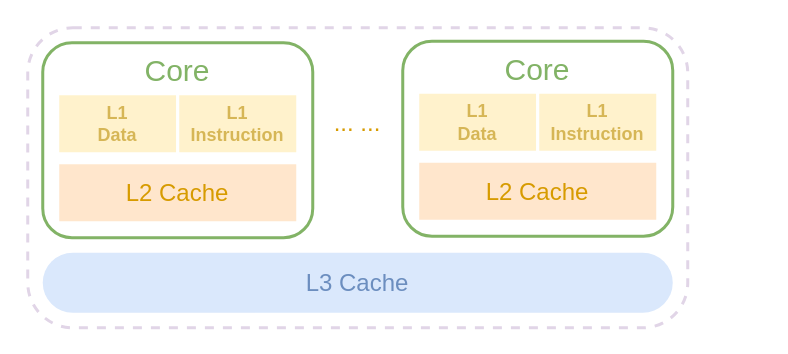
Earlier version of the draw.io diagram pc/cpu-cache.drawio (rabbitcount/drawio). Source tidied: cells renumbered, new cells numbered last; positions are measured from the earlier drawing's top-left corner, leaving out a move shared by most shapes. Both pictures are drawn from the tidied source at 150%, with x=0, y=0 at pixel (27, 27).
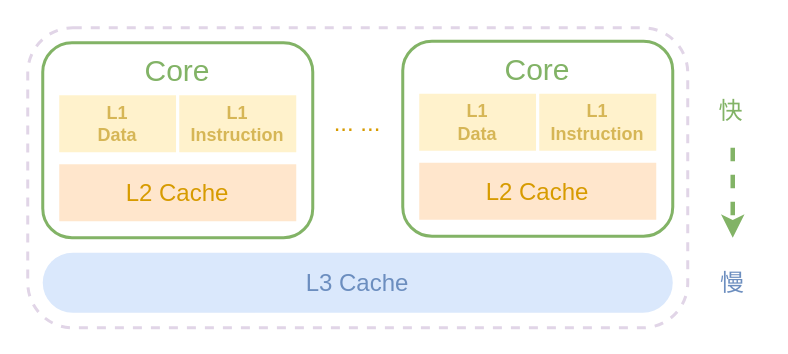
The same page after the edit.

Change to the diagram source:
```diff
@@
 <mxGraphModel>
   <root>
     <mxCell id="0" />
     <mxCell id="1" parent="0" />
     <mxCell id="2" style="rounded=1;whiteSpace=wrap;html=1;shadow=0;glass=0;comic=0;strokeColor=#E1D5E7;strokeWidth=2;fillColor=none;fontSize=16;align=center;dashed=1;" parent="1" vertex="1">
       <mxGeometry width="440" height="200" as="geometry" />
     </mxCell>
     <mxCell id="3" style="group;" parent="1" vertex="1">
       <mxGeometry x="10" y="10" width="180" height="130" as="geometry" />
     </mxCell>
     <mxCell id="4" value="Core" style="rounded=1;whiteSpace=wrap;html=1;fillColor=none;strokeColor=#82B366;strokeWidth=2;shadow=0;comic=0;glass=0;align=center;verticalAlign=top;fontColor=#82B366;fontSize=20;spacingBottom=0;" parent="3" vertex="1">
       <mxGeometry width="180" height="130" as="geometry" />
     </mxCell>
     <mxCell id="5" value="L1 &lt;br&gt;Data" style="rounded=0;whiteSpace=wrap;html=1;fillColor=#fff2cc;strokeColor=#FFFFFF;fontColor=#D6B656;fontStyle=1;strokeWidth=2;" parent="3" vertex="1">
       <mxGeometry x="10" y="34" width="80" height="40" as="geometry" />
     </mxCell>
     <mxCell id="6" value="L1 &lt;br&gt;Instruction" style="rounded=0;whiteSpace=wrap;html=1;fillColor=#fff2cc;strokeColor=#FFFFFF;fontColor=#D6B656;fontStyle=1;strokeWidth=2;" parent="3" vertex="1">
       <mxGeometry x="90" y="34" width="80" height="40" as="geometry" />
     </mxCell>
     <mxCell id="7" value="L2 Cache" style="rounded=0;whiteSpace=wrap;html=1;shadow=0;glass=0;comic=0;strokeColor=#FFFFFF;strokeWidth=2;fillColor=#ffe6cc;fontSize=16;align=center;fontColor=#D79B00;" parent="3" vertex="1">
       <mxGeometry x="10" y="80" width="160" height="40" as="geometry" />
     </mxCell>
     <mxCell id="8" style="group;" parent="1" vertex="1">
       <mxGeometry x="250" y="9" width="180" height="130" as="geometry" />
     </mxCell>
     <mxCell id="9" value="Core" style="rounded=1;whiteSpace=wrap;html=1;fillColor=none;strokeColor=#82B366;strokeWidth=2;shadow=0;comic=0;glass=0;align=center;verticalAlign=top;fontColor=#82B366;fontSize=20;spacingBottom=0;" parent="8" vertex="1">
       <mxGeometry width="180" height="130" as="geometry" />
     </mxCell>
     <mxCell id="10" value="L1 &lt;br&gt;Data" style="rounded=0;whiteSpace=wrap;html=1;fillColor=#fff2cc;strokeColor=#FFFFFF;fontColor=#D6B656;fontStyle=1;strokeWidth=2;" parent="8" vertex="1">
       <mxGeometry x="10" y="34" width="80" height="40" as="geometry" />
     </mxCell>
     <mxCell id="11" value="L1 &lt;br&gt;Instruction" style="rounded=0;whiteSpace=wrap;html=1;fillColor=#fff2cc;strokeColor=#FFFFFF;fontColor=#D6B656;fontStyle=1;strokeWidth=2;" parent="8" vertex="1">
       <mxGeometry x="90" y="34" width="80" height="40" as="geometry" />
     </mxCell>
     <mxCell id="12" value="L2 Cache" style="rounded=0;whiteSpace=wrap;html=1;shadow=0;glass=0;comic=0;strokeColor=#FFFFFF;strokeWidth=2;fillColor=#ffe6cc;fontSize=16;align=center;fontColor=#D79B00;" parent="8" vertex="1">
       <mxGeometry x="10" y="80" width="160" height="40" as="geometry" />
     </mxCell>
     <mxCell id="13" value="... ..." style="text;html=1;strokeColor=none;fillColor=none;align=center;verticalAlign=middle;whiteSpace=wrap;rounded=0;shadow=0;glass=0;comic=0;fontSize=16;fontColor=#D79B00;" parent="1" vertex="1">
       <mxGeometry x="200" y="53" width="40" height="20" as="geometry" />
     </mxCell>
     <mxCell id="14" value="L3 Cache" style="rounded=1;whiteSpace=wrap;html=1;shadow=0;glass=0;comic=0;strokeColor=none;strokeWidth=2;fillColor=#dae8fc;fontSize=16;align=center;fontColor=#6C8EBF;arcSize=50;" parent="1" vertex="1">
       <mxGeometry x="10" y="150" width="420" height="40" as="geometry" />
     </mxCell>
+    <mxCell id="15" style="endArrow=classic;html=1;fontSize=16;fontColor=#6C8EBF;fillColor=#d5e8d4;strokeColor=#82b366;dashed=1;strokeWidth=3;" parent="1" edge="1">
+      <mxGeometry relative="1" as="geometry">
+        <mxPoint x="470" y="80" as="sourcePoint" />
+        <mxPoint x="470" y="140" as="targetPoint" />
+      </mxGeometry>
+    </mxCell>
+    <mxCell id="16" value="慢" style="text;html=1;align=left;verticalAlign=top;spacingTop=-4;fontSize=16;fontColor=#6C8EBF;" parent="1" vertex="1">
+      <mxGeometry x="460" y="158" width="30" height="20" as="geometry" />
+    </mxCell>
+    <mxCell id="17" value="快" style="text;html=1;align=left;verticalAlign=top;spacingTop=-4;fontSize=16;fontColor=#82B366;" parent="1" vertex="1">
+      <mxGeometry x="459" y="43" width="30" height="20" as="geometry" />
+    </mxCell>
   </root>
 </mxGraphModel>
```
